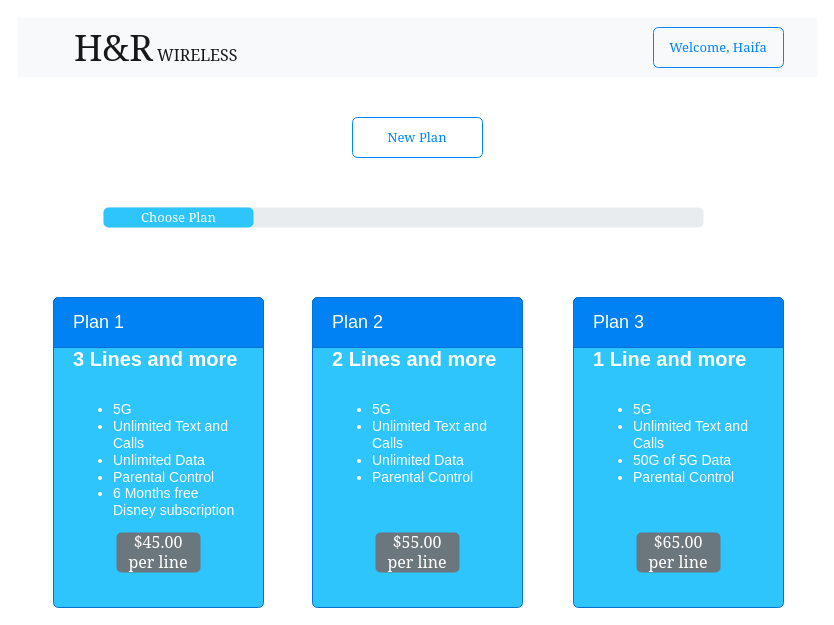
Earlier version of the draw.io diagram page "Plan" (3 of 5) of UIMockup/loginPage.drawio (Haifa00/H-and_R-wirless). Source tidied: cells renumbered, new cells numbered last; positions are measured from the earlier drawing's top-left corner, leaving out a move shared by most shapes. Both pictures are drawn from the tidied source at 100%, with x=0, y=0 at pixel (17, 17).
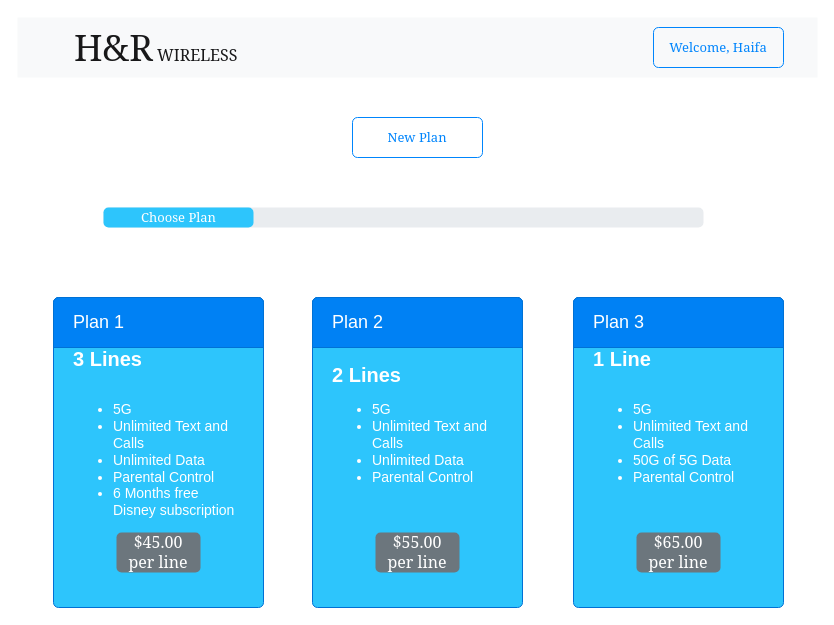
After the change.

The edit, as a diff of the source:
```diff
@@
 <mxGraphModel>
   <root>
     <mxCell id="0" />
     <mxCell id="1" parent="0" />
-    <mxCell id="2" value="&lt;span style=&quot;font-size: 20px&quot;&gt;&lt;b&gt;3 Lines and more&lt;/b&gt;&lt;/span&gt;&lt;br style=&quot;font-size: 14px&quot;&gt;&lt;br style=&quot;font-size: 14px&quot;&gt;&lt;ul&gt;&lt;li&gt;5G&lt;/li&gt;&lt;li&gt;Unlimited Text and Calls&lt;/li&gt;&lt;li&gt;Unlimited Data&lt;/li&gt;&lt;li&gt;Parental Control&lt;/li&gt;&lt;li&gt;6 Months free Disney subscription&lt;/li&gt;&lt;/ul&gt;&lt;div style=&quot;text-align: center ; font-size: 15px&quot;&gt;&lt;br&gt;&lt;/div&gt;&lt;div style=&quot;text-align: center ; font-size: 15px&quot;&gt;&lt;br&gt;&lt;/div&gt;&lt;div style=&quot;text-align: center ; font-size: 15px&quot;&gt;&lt;br&gt;&lt;/div&gt;" style="html=1;shadow=0;dashed=0;shape=mxgraph.bootstrap.rrect;rSize=5;strokeColor=#0071D5;html=1;whiteSpace=wrap;fillColor=#2DC5FC;fontColor=#ffffff;verticalAlign=bottom;align=left;spacing=20;spacingBottom=0;fontSize=14;" parent="1" vertex="1">
+    <mxCell id="2" value="&lt;span style=&quot;font-size: 20px&quot;&gt;&lt;b&gt;3 Lines&lt;/b&gt;&lt;/span&gt;&lt;br style=&quot;font-size: 14px&quot;&gt;&lt;br style=&quot;font-size: 14px&quot;&gt;&lt;ul&gt;&lt;li&gt;5G&lt;/li&gt;&lt;li&gt;Unlimited Text and Calls&lt;/li&gt;&lt;li&gt;Unlimited Data&lt;/li&gt;&lt;li&gt;Parental Control&lt;/li&gt;&lt;li&gt;6 Months free Disney subscription&lt;/li&gt;&lt;/ul&gt;&lt;div style=&quot;text-align: center ; font-size: 15px&quot;&gt;&lt;br&gt;&lt;/div&gt;&lt;div style=&quot;text-align: center ; font-size: 15px&quot;&gt;&lt;br&gt;&lt;/div&gt;&lt;div style=&quot;text-align: center ; font-size: 15px&quot;&gt;&lt;br&gt;&lt;/div&gt;" style="html=1;shadow=0;dashed=0;shape=mxgraph.bootstrap.rrect;rSize=5;strokeColor=#0071D5;html=1;whiteSpace=wrap;fillColor=#2DC5FC;fontColor=#ffffff;verticalAlign=bottom;align=left;spacing=20;spacingBottom=0;fontSize=14;" parent="1" vertex="1">
       <mxGeometry x="36" y="280" width="210" height="310" as="geometry" />
     </mxCell>
     <mxCell id="3" value="Plan 1" style="html=1;shadow=0;dashed=0;shape=mxgraph.bootstrap.topButton;rSize=5;perimeter=none;whiteSpace=wrap;fillColor=#0081F4;strokeColor=#0071D5;fontColor=#ffffff;fontSize=18;align=left;spacing=20;" parent="2" vertex="1">
       <mxGeometry width="210" height="50" relative="1" as="geometry" />
     </mxCell>
     <mxCell id="4" value="$45.00 per line" style="html=1;shadow=0;dashed=0;shape=mxgraph.bootstrap.rrect;rSize=5;strokeColor=none;strokeWidth=1;fillColor=#6C767D;fontColor=#FFFFFF;whiteSpace=wrap;align=center;verticalAlign=middle;spacingLeft=0;fontStyle=0;fontSize=16;spacing=5;fontFamily=Georgia;" parent="2" vertex="1">
       <mxGeometry x="63" y="235" width="84" height="40" as="geometry" />
     </mxCell>
     <mxCell id="5" value="&lt;font face=&quot;Georgia&quot;&gt;&lt;font style=&quot;font-size: 36px&quot;&gt;H&amp;amp;R&lt;/font&gt; WIRELESS&lt;/font&gt;" style="html=1;shadow=0;dashed=0;fillColor=#F8F9FA;strokeColor=none;fontSize=16;fontColor=#181819;align=left;spacing=2;spacingLeft=55;" parent="1" vertex="1">
       <mxGeometry width="800" height="60" as="geometry" />
     </mxCell>
     <mxCell id="6" value="Welcome, Haifa" style="html=1;shadow=0;dashed=0;shape=mxgraph.bootstrap.rrect;rSize=5;strokeColor=#0085FC;strokeWidth=1;fillColor=none;fontColor=#0085FC;whiteSpace=wrap;align=center;verticalAlign=middle;spacingLeft=0;fontStyle=0;fontSize=13;spacing=5;fontFamily=Georgia;" parent="1" vertex="1">
       <mxGeometry x="636" y="10" width="130" height="40" as="geometry" />
     </mxCell>
     <mxCell id="7" value="New Plan" style="html=1;shadow=0;dashed=0;shape=mxgraph.bootstrap.rrect;rSize=5;strokeColor=#0085FC;strokeWidth=1;fillColor=none;fontColor=#0085FC;whiteSpace=wrap;align=center;verticalAlign=middle;spacingLeft=0;fontStyle=0;fontSize=13;spacing=5;fontFamily=Georgia;" parent="1" vertex="1">
       <mxGeometry x="335" y="100" width="130" height="40" as="geometry" />
     </mxCell>
     <mxCell id="8" style="html=1;shadow=0;dashed=0;shape=mxgraph.bootstrap.rrect;rSize=5;fillColor=#E9ECEF;strokeColor=none;fontFamily=Georgia;fontSize=13;align=center;" parent="1" vertex="1">
       <mxGeometry x="86" y="190" width="600" height="20" as="geometry" />
     </mxCell>
-    <mxCell id="9" value="&lt;span style=&quot;font-size: 20px&quot;&gt;&lt;b&gt;2 Lines and more&lt;/b&gt;&lt;/span&gt;&lt;br style=&quot;font-size: 14px&quot;&gt;&lt;br style=&quot;font-size: 14px&quot;&gt;&lt;ul&gt;&lt;li&gt;5G&lt;/li&gt;&lt;li&gt;Unlimited Text and Calls&lt;/li&gt;&lt;li&gt;Unlimited Data&lt;/li&gt;&lt;li&gt;Parental Control&lt;/li&gt;&lt;/ul&gt;&lt;div&gt;&lt;br&gt;&lt;/div&gt;&lt;div&gt;&lt;br&gt;&lt;/div&gt;&lt;div style=&quot;text-align: center ; font-size: 15px&quot;&gt;&lt;br&gt;&lt;/div&gt;&lt;div style=&quot;text-align: center ; font-size: 15px&quot;&gt;&lt;br&gt;&lt;/div&gt;&lt;div style=&quot;text-align: center ; font-size: 15px&quot;&gt;&lt;br&gt;&lt;/div&gt;" style="html=1;shadow=0;dashed=0;shape=mxgraph.bootstrap.rrect;rSize=5;strokeColor=#0071D5;html=1;whiteSpace=wrap;fillColor=#2DC5FC;fontColor=#ffffff;verticalAlign=bottom;align=left;spacing=20;spacingBottom=0;fontSize=14;" parent="1" vertex="1">
+    <mxCell id="9" value="&lt;span style=&quot;font-size: 20px&quot;&gt;&lt;b&gt;2 Lines&lt;/b&gt;&lt;/span&gt;&lt;br style=&quot;font-size: 14px&quot;&gt;&lt;ul&gt;&lt;li&gt;5G&lt;/li&gt;&lt;li&gt;Unlimited Text and Calls&lt;/li&gt;&lt;li&gt;Unlimited Data&lt;/li&gt;&lt;li&gt;Parental Control&lt;/li&gt;&lt;/ul&gt;&lt;div&gt;&lt;br&gt;&lt;/div&gt;&lt;div&gt;&lt;br&gt;&lt;/div&gt;&lt;div style=&quot;text-align: center ; font-size: 15px&quot;&gt;&lt;br&gt;&lt;/div&gt;&lt;div style=&quot;text-align: center ; font-size: 15px&quot;&gt;&lt;br&gt;&lt;/div&gt;&lt;div style=&quot;text-align: center ; font-size: 15px&quot;&gt;&lt;br&gt;&lt;/div&gt;" style="html=1;shadow=0;dashed=0;shape=mxgraph.bootstrap.rrect;rSize=5;strokeColor=#0071D5;html=1;whiteSpace=wrap;fillColor=#2DC5FC;fontColor=#ffffff;verticalAlign=bottom;align=left;spacing=20;spacingBottom=0;fontSize=14;" parent="1" vertex="1">
       <mxGeometry x="295" y="280" width="210" height="310" as="geometry" />
     </mxCell>
     <mxCell id="10" value="Plan 2" style="html=1;shadow=0;dashed=0;shape=mxgraph.bootstrap.topButton;rSize=5;perimeter=none;whiteSpace=wrap;fillColor=#0081F4;strokeColor=#0071D5;fontColor=#ffffff;fontSize=18;align=left;spacing=20;" parent="9" vertex="1">
       <mxGeometry width="210" height="50" relative="1" as="geometry" />
     </mxCell>
     <mxCell id="11" value="$55.00 per line" style="html=1;shadow=0;dashed=0;shape=mxgraph.bootstrap.rrect;rSize=5;strokeColor=none;strokeWidth=1;fillColor=#6C767D;fontColor=#FFFFFF;whiteSpace=wrap;align=center;verticalAlign=middle;spacingLeft=0;fontStyle=0;fontSize=16;spacing=5;fontFamily=Georgia;" parent="9" vertex="1">
       <mxGeometry x="63" y="235" width="84" height="40" as="geometry" />
     </mxCell>
-    <mxCell id="12" value="&lt;span style=&quot;font-size: 20px&quot;&gt;&lt;b&gt;1 Line and more&lt;/b&gt;&lt;/span&gt;&lt;br style=&quot;font-size: 14px&quot;&gt;&lt;br style=&quot;font-size: 14px&quot;&gt;&lt;ul&gt;&lt;li&gt;5G&lt;/li&gt;&lt;li&gt;Unlimited Text and Calls&lt;/li&gt;&lt;li&gt;50G of 5G Data&lt;/li&gt;&lt;li&gt;Parental Control&lt;/li&gt;&lt;/ul&gt;&lt;div&gt;&lt;br&gt;&lt;/div&gt;&lt;div&gt;&lt;br&gt;&lt;/div&gt;&lt;div style=&quot;text-align: center ; font-size: 15px&quot;&gt;&lt;br&gt;&lt;/div&gt;&lt;div style=&quot;text-align: center ; font-size: 15px&quot;&gt;&lt;br&gt;&lt;/div&gt;&lt;div style=&quot;text-align: center ; font-size: 15px&quot;&gt;&lt;br&gt;&lt;/div&gt;" style="html=1;shadow=0;dashed=0;shape=mxgraph.bootstrap.rrect;rSize=5;strokeColor=#0071D5;html=1;whiteSpace=wrap;fillColor=#2DC5FC;fontColor=#ffffff;verticalAlign=bottom;align=left;spacing=20;spacingBottom=0;fontSize=14;" parent="1" vertex="1">
+    <mxCell id="12" value="&lt;span style=&quot;font-size: 20px&quot;&gt;&lt;b&gt;1 Line&lt;/b&gt;&lt;/span&gt;&lt;br style=&quot;font-size: 14px&quot;&gt;&lt;br style=&quot;font-size: 14px&quot;&gt;&lt;ul&gt;&lt;li&gt;5G&lt;/li&gt;&lt;li&gt;Unlimited Text and Calls&lt;/li&gt;&lt;li&gt;50G of 5G Data&lt;/li&gt;&lt;li&gt;Parental Control&lt;/li&gt;&lt;/ul&gt;&lt;div&gt;&lt;br&gt;&lt;/div&gt;&lt;div&gt;&lt;br&gt;&lt;/div&gt;&lt;div style=&quot;text-align: center ; font-size: 15px&quot;&gt;&lt;br&gt;&lt;/div&gt;&lt;div style=&quot;text-align: center ; font-size: 15px&quot;&gt;&lt;br&gt;&lt;/div&gt;&lt;div style=&quot;text-align: center ; font-size: 15px&quot;&gt;&lt;br&gt;&lt;/div&gt;" style="html=1;shadow=0;dashed=0;shape=mxgraph.bootstrap.rrect;rSize=5;strokeColor=#0071D5;html=1;whiteSpace=wrap;fillColor=#2DC5FC;fontColor=#ffffff;verticalAlign=bottom;align=left;spacing=20;spacingBottom=0;fontSize=14;" parent="1" vertex="1">
       <mxGeometry x="556" y="280" width="210" height="310" as="geometry" />
     </mxCell>
     <mxCell id="13" value="Plan 3" style="html=1;shadow=0;dashed=0;shape=mxgraph.bootstrap.topButton;rSize=5;perimeter=none;whiteSpace=wrap;fillColor=#0081F4;strokeColor=#0071D5;fontColor=#ffffff;fontSize=18;align=left;spacing=20;" parent="12" vertex="1">
       <mxGeometry width="210" height="50" relative="1" as="geometry" />
     </mxCell>
     <mxCell id="14" value="$65.00 per line" style="html=1;shadow=0;dashed=0;shape=mxgraph.bootstrap.rrect;rSize=5;strokeColor=none;strokeWidth=1;fillColor=#6C767D;fontColor=#FFFFFF;whiteSpace=wrap;align=center;verticalAlign=middle;spacingLeft=0;fontStyle=0;fontSize=16;spacing=5;fontFamily=Georgia;" parent="12" vertex="1">
       <mxGeometry x="63" y="235" width="84" height="40" as="geometry" />
     </mxCell>
     <mxCell id="15" value="Choose Plan" style="html=1;shadow=0;dashed=0;shape=mxgraph.bootstrap.rrect;rSize=5;fillColor=#2DC5FC;strokeColor=none;fontFamily=Georgia;fontSize=13;align=center;fontColor=#FFFFFF;" parent="1" vertex="1">
       <mxGeometry x="86" y="190" width="150" height="20" as="geometry" />
     </mxCell>
   </root>
 </mxGraphModel>
```
